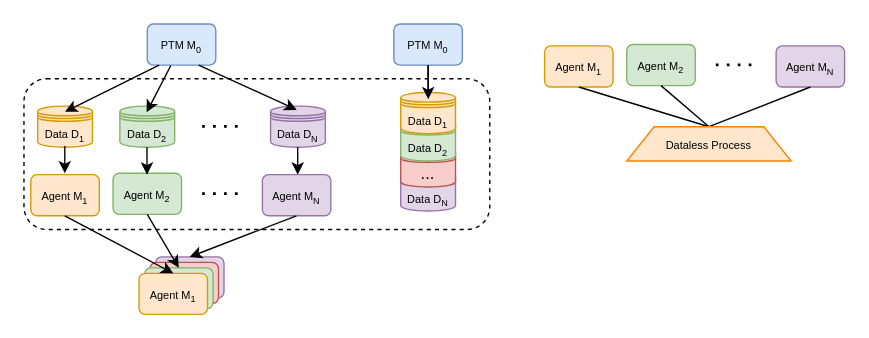
Earlier version of the draw.io diagram paper_pic/未命名绘图.drawio (ustcchx/PPT_presentation). Source tidied: cells renumbered, new cells numbered last; positions are measured from the earlier drawing's top-left corner, leaving out a move shared by most shapes. Both pictures are drawn from the tidied source at 137%, with x=0, y=0 at pixel (23, 23).
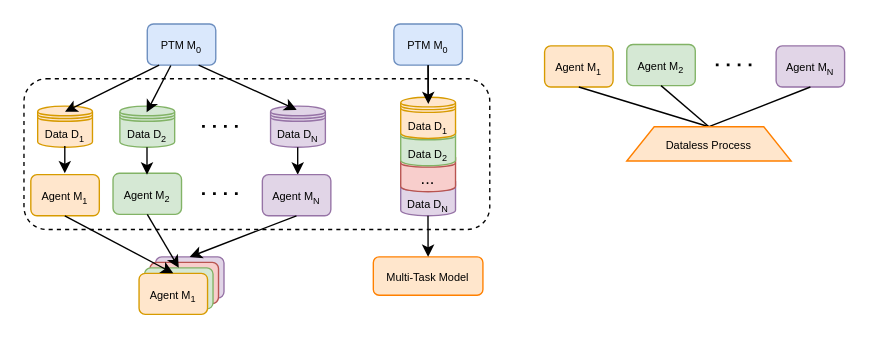
Above is the later version.

Commit message (it also covers changes not shown here):
更新未命名绘图.drawio

What changed in the source:
```diff
@@
     <mxCell id="5" value="&lt;font style=&quot;font-size: 8px;&quot;&gt;Data D&lt;sub&gt;N&lt;/sub&gt;&lt;/font&gt;" style="shape=datastore;whiteSpace=wrap;html=1;align=center;fillColor=#e1d5e7;strokeColor=#9673a6;" parent="1" vertex="1">
-      <mxGeometry x="275" y="107.5" width="40" height="29" as="geometry" />
+      <mxGeometry x="275" y="111" width="40" height="29" as="geometry" />
     </mxCell>
@@
     <mxCell id="23" value="..." style="shape=datastore;whiteSpace=wrap;html=1;align=center;fillColor=#f8cecc;strokeColor=#b85450;" parent="1" vertex="1">
-      <mxGeometry x="275" y="90" width="40" height="29" as="geometry" />
+      <mxGeometry x="275" y="93.5" width="40" height="29" as="geometry" />
     </mxCell>
     <mxCell id="24" value="&lt;font style=&quot;font-size: 8px;&quot;&gt;Data D&lt;sub&gt;2&lt;/sub&gt;&lt;/font&gt;" style="shape=datastore;whiteSpace=wrap;html=1;align=center;fillColor=#d5e8d4;strokeColor=#82b366;" parent="1" vertex="1">
-      <mxGeometry x="275" y="70" width="40" height="30" as="geometry" />
+      <mxGeometry x="275" y="73.5" width="40" height="30" as="geometry" />
     </mxCell>
     <mxCell id="25" value="&lt;font style=&quot;font-size: 8px;&quot;&gt;Data D&lt;sub&gt;1&lt;/sub&gt;&lt;/font&gt;" style="shape=datastore;whiteSpace=wrap;html=1;align=center;fillColor=#ffe6cc;strokeColor=#d79b00;" parent="1" vertex="1">
-      <mxGeometry x="275" y="50" width="40" height="30" as="geometry" />
+      <mxGeometry x="275" y="53.5" width="40" height="30" as="geometry" />
     </mxCell>
@@
+    <mxCell id="40" value="&lt;span style=&quot;font-size: 8px;&quot;&gt;Multi-Task Model&lt;/span&gt;" style="rounded=1;whiteSpace=wrap;html=1;fillColor=#FFE6CC;strokeColor=#FF8000;" parent="1" vertex="1">
+      <mxGeometry x="255" y="170" width="80" height="28" as="geometry" />
+    </mxCell>
+    <mxCell id="41" style="endArrow=classic;html=1;rounded=0;exitX=0.5;exitY=1;exitDx=0;exitDy=0;entryX=0.5;entryY=0;entryDx=0;entryDy=0;" parent="1" edge="1" target="40">
+      <mxGeometry relative="1" as="geometry">
+        <mxPoint x="294.9" y="140" as="sourcePoint" />
+      </mxGeometry>
+    </mxCell>
```
